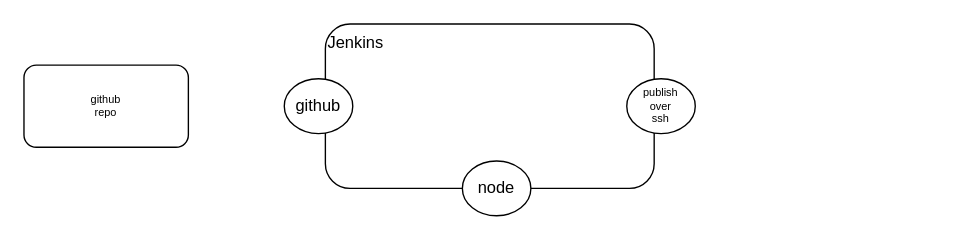
Before: cicd.drawio in quboqin/drawio, a draw.io diagram. Source tidied: cells renumbered, new cells numbered last; positions are measured from the earlier drawing's top-left corner, leaving out a move shared by most shapes. Both pictures are drawn from the tidied source at 137%, with x=0, y=0 at pixel (23, 23).
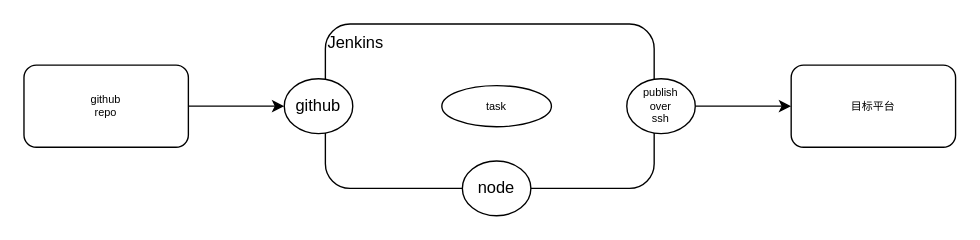
After the change.

Change to the diagram source:
```diff
@@
 <mxGraphModel>
   <root>
     <mxCell id="0" />
     <mxCell id="1" parent="0" />
     <mxCell id="2" value="Jenkins" style="rounded=1;whiteSpace=wrap;html=1;align=left;verticalAlign=top;" parent="1" vertex="1">
       <mxGeometry x="220" width="240" height="120" as="geometry" />
     </mxCell>
     <mxCell id="3" value="github" style="ellipse;whiteSpace=wrap;html=1;" parent="1" vertex="1">
       <mxGeometry x="190" y="40" width="50" height="40" as="geometry" />
     </mxCell>
     <mxCell id="4" value="node" style="ellipse;whiteSpace=wrap;html=1;" parent="1" vertex="1">
       <mxGeometry x="320" y="100" width="50" height="40" as="geometry" />
     </mxCell>
+    <mxCell id="7" style="edgeStyle=orthogonalEdgeStyle;rounded=0;jettySize=auto;html=1;fontSize=8;" parent="1" edge="1" source="5" target="9">
+      <mxGeometry relative="1" as="geometry" />
+    </mxCell>
     <mxCell id="5" value="publish&lt;br style=&quot;font-size: 8px;&quot;&gt;over&lt;br style=&quot;font-size: 8px;&quot;&gt;ssh" style="ellipse;whiteSpace=wrap;html=1;fontSize=8;" parent="1" vertex="1">
       <mxGeometry x="440" y="40" width="50" height="40" as="geometry" />
     </mxCell>
+    <mxCell id="8" style="edgeStyle=orthogonalEdgeStyle;rounded=0;jettySize=auto;html=1;entryX=0;entryY=0.5;entryDx=0;entryDy=0;fontSize=8;" parent="1" edge="1" source="6" target="3">
+      <mxGeometry relative="1" as="geometry" />
+    </mxCell>
     <mxCell id="6" value="github&lt;br&gt;repo" style="rounded=1;whiteSpace=wrap;html=1;fontSize=8;" parent="1" vertex="1">
       <mxGeometry y="30" width="120" height="60" as="geometry" />
     </mxCell>
+    <mxCell id="9" value="目标平台" style="rounded=1;whiteSpace=wrap;html=1;fontSize=8;" parent="1" vertex="1">
+      <mxGeometry x="560" y="30" width="120" height="60" as="geometry" />
+    </mxCell>
+    <mxCell id="10" value="task" style="ellipse;whiteSpace=wrap;html=1;fontSize=8;" parent="1" vertex="1">
+      <mxGeometry x="305" y="45" width="80" height="30" as="geometry" />
+    </mxCell>
   </root>
 </mxGraphModel>
```
